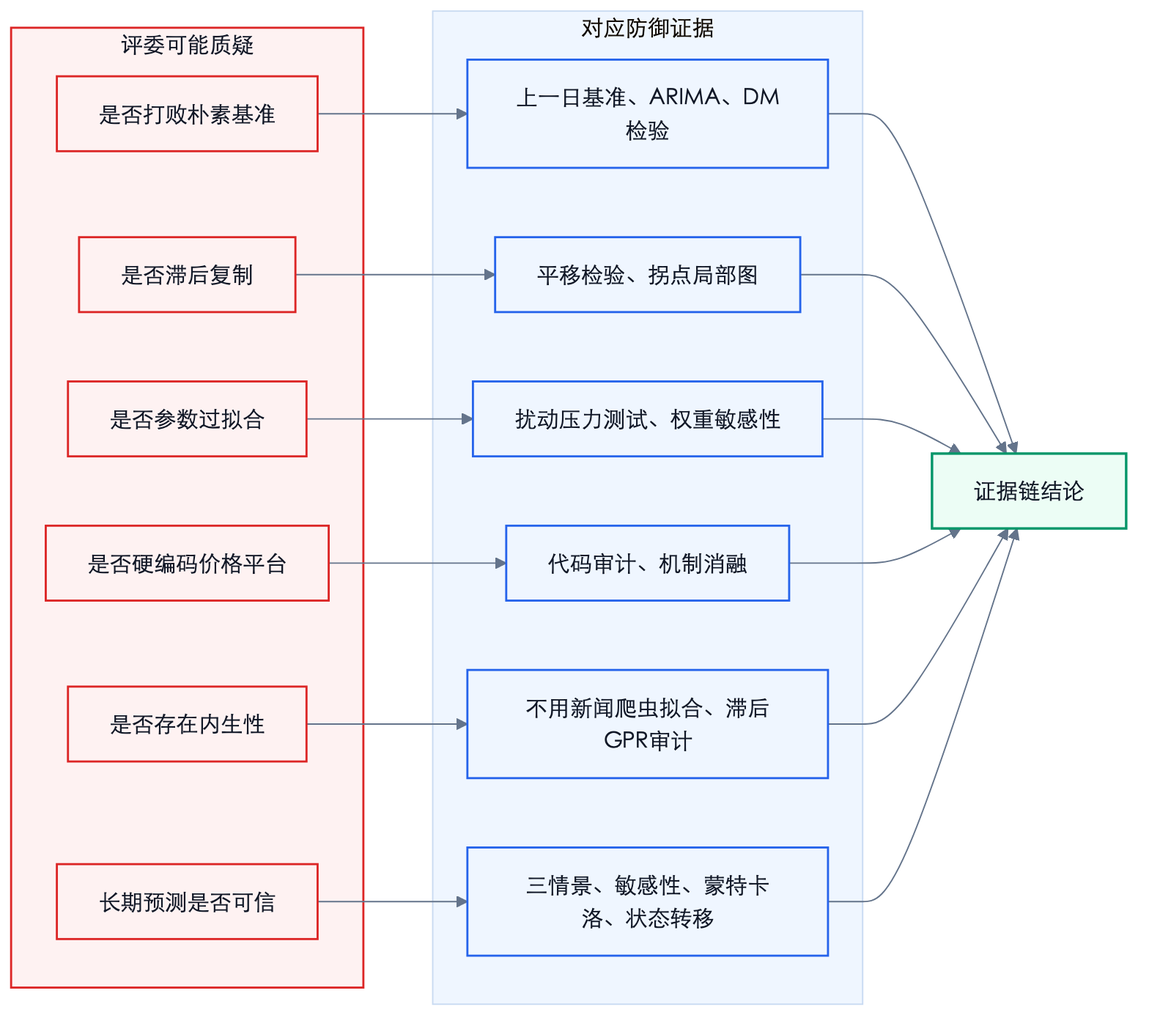
Above: paper/figures/评审质疑防御框架图.png in Timcai06/-A- (Mermaid), before the change. Its source is kept beside it as paper/diagrams/评审质疑防御框架图.mmd.
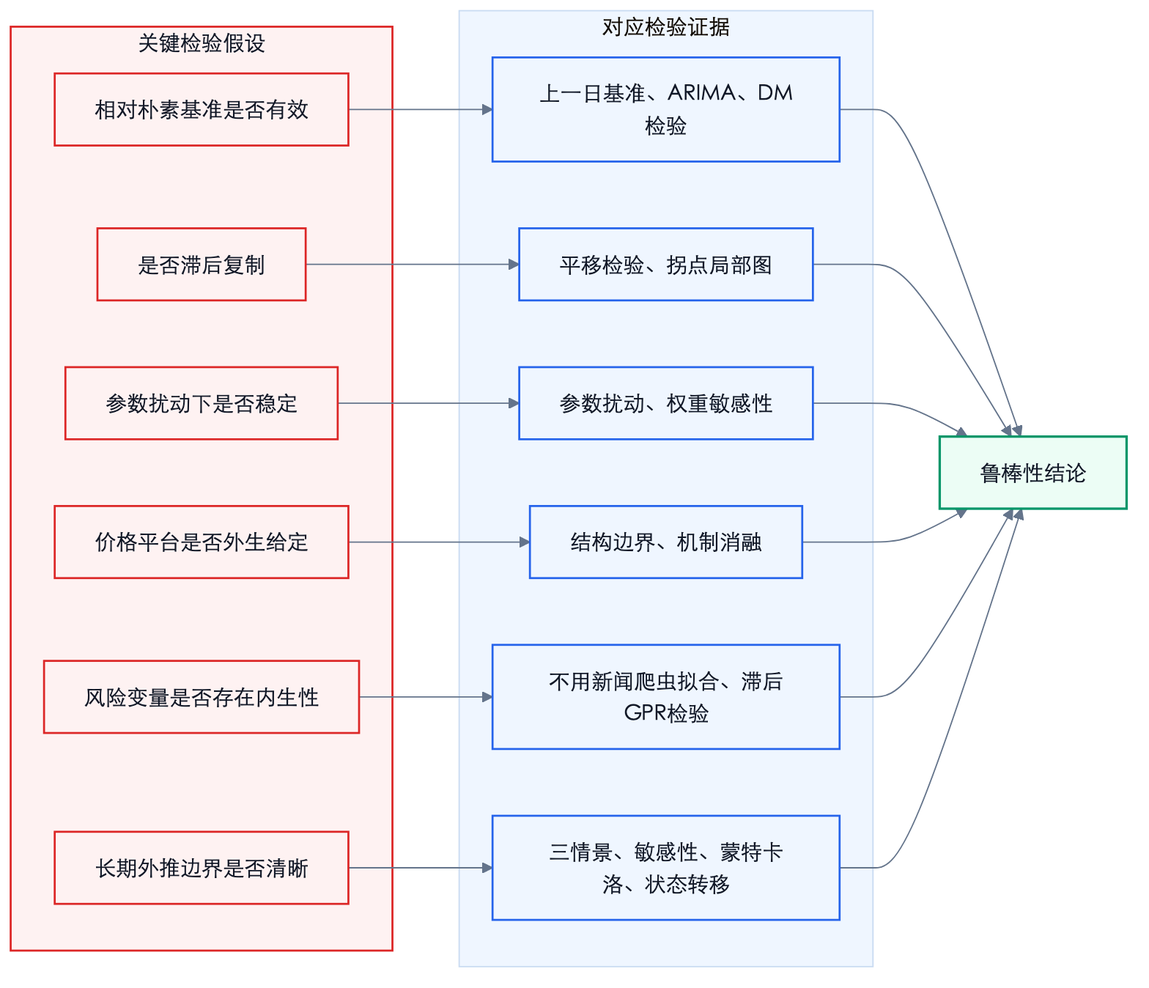
The same file after the commit.

Diff of the diagram source:
```diff
@@ -1,24 +1,24 @@
 %%{init: {"theme": "base", "themeVariables": {"fontFamily": "STHeiti, Songti SC, Arial", "primaryColor": "#F8FAFC", "primaryBorderColor": "#475569", "primaryTextColor": "#111827", "lineColor": "#64748B", "tertiaryColor": "#EFF6FF"}}}%%
 flowchart LR
-    subgraph Q["评委可能质疑"]
-        Q1["是否打败朴素基准"]
+    subgraph Q["关键检验假设"]
+        Q1["相对朴素基准是否有效"]
         Q2["是否滞后复制"]
-        Q3["是否参数过拟合"]
-        Q4["是否硬编码价格平台"]
-        Q5["是否存在内生性"]
-        Q6["长期预测是否可信"]
+        Q3["参数扰动下是否稳定"]
+        Q4["价格平台是否外生给定"]
+        Q5["风险变量是否存在内生性"]
+        Q6["长期外推边界是否清晰"]
     end
 
-    subgraph A["对应防御证据"]
+    subgraph A["对应检验证据"]
         A1["上一日基准、ARIMA、DM检验"]
         A2["平移检验、拐点局部图"]
-        A3["扰动压力测试、权重敏感性"]
-        A4["代码审计、机制消融"]
-        A5["不用新闻爬虫拟合、滞后GPR审计"]
+        A3["参数扰动、权重敏感性"]
+        A4["结构边界、机制消融"]
+        A5["不用新闻爬虫拟合、滞后GPR检验"]
         A6["三情景、敏感性、蒙特卡洛、状态转移"]
     end
 
-    R["证据链结论"]
+    R["鲁棒性结论"]
 
     Q1 --> A1
     Q2 --> A2
```
